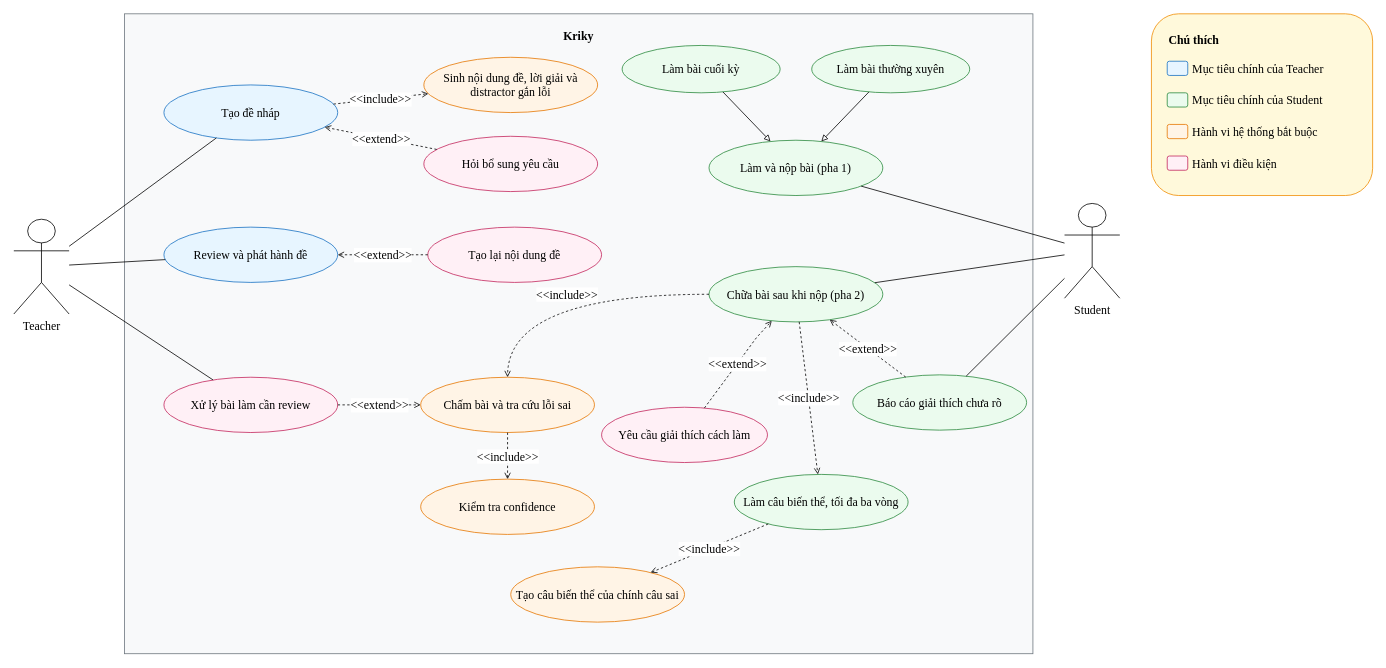
Before: docs/diagrams/use-case.drawio in biabeogo147/AI-Assessment-and-Feedback-Assistant, a draw.io diagram. Source tidied: cells renumbered, new cells numbered last; positions are measured from the earlier drawing's top-left corner, leaving out a move shared by most shapes. Both pictures are drawn from the tidied source at 79%, with x=0, y=0 at pixel (13, 13).
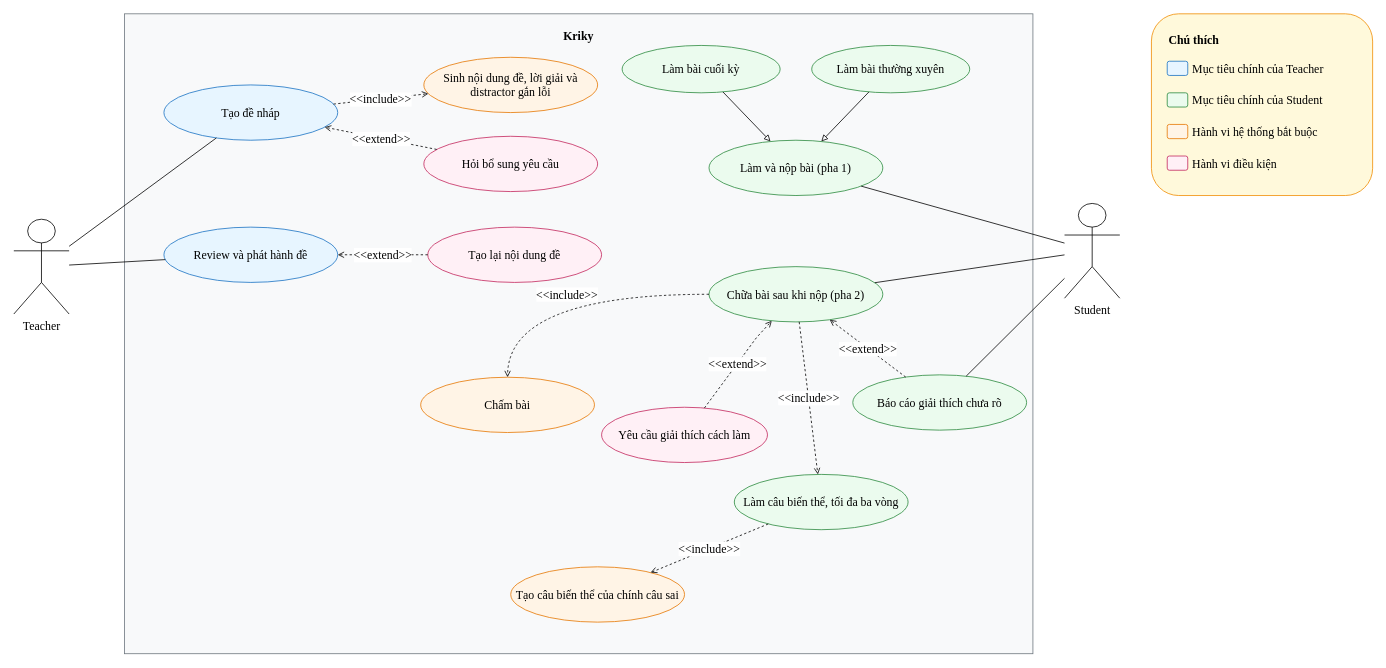
After the change.

Unchanged cells that the change refers to:
```xml
<mxCell id="3" value="Teacher" style="shape=umlActor;verticalLabelPosition=bottom;verticalAlign=top;html=1;outlineConnect=0;fontFamily=Times New Roman;fontSize=15;" parent="1" vertex="1">
  <mxGeometry y="260" width="70" height="120" as="geometry" />
</mxCell>
```

Change to the diagram source:
```diff
@@
-    <mxCell id="10" value="Xử lý bài làm cần review" style="ellipse;whiteSpace=wrap;html=1;fillColor=#fff0f6;strokeColor=#c2255c;fontFamily=Times New Roman;fontSize=15;" parent="1" vertex="1">
-      <mxGeometry x="190" y="460" width="220" height="70" as="geometry" />
-    </mxCell>
-    <mxCell id="11" value="Chấm bài và tra cứu lỗi sai" style="ellipse;whiteSpace=wrap;html=1;fillColor=#fff4e6;strokeColor=#e67700;fontFamily=Times New Roman;fontSize=15;" parent="1" vertex="1">
+    <mxCell id="11" value="Chấm bài" style="ellipse;whiteSpace=wrap;html=1;fillColor=#fff4e6;strokeColor=#e67700;fontFamily=Times New Roman;fontSize=15;" parent="1" vertex="1">
       <mxGeometry x="515" y="460" width="220" height="70" as="geometry" />
     </mxCell>
-    <mxCell id="12" value="Kiểm tra confidence" style="ellipse;whiteSpace=wrap;html=1;fillColor=#fff4e6;strokeColor=#e67700;fontFamily=Times New Roman;fontSize=15;" parent="1" vertex="1">
-      <mxGeometry x="515" y="589" width="220" height="70" as="geometry" />
-    </mxCell>
@@
-    <mxCell id="33" style="endArrow=none;html=1;rounded=0;fontFamily=Times New Roman;fontSize=15;" parent="1" edge="1" source="3" target="10">
-      <mxGeometry relative="1" as="geometry" />
-    </mxCell>
@@
-    <mxCell id="42" value="&amp;lt;&amp;lt;include&amp;gt;&amp;gt;" style="endArrow=open;html=1;dashed=1;rounded=0;fontFamily=Times New Roman;fontSize=15;" parent="1" edge="1" source="11" target="12">
-      <mxGeometry relative="1" as="geometry" />
-    </mxCell>
-    <mxCell id="43" value="&amp;lt;&amp;lt;extend&amp;gt;&amp;gt;" style="endArrow=open;html=1;dashed=1;rounded=0;fontFamily=Times New Roman;fontSize=15;" parent="1" edge="1" source="10" target="11">
-      <mxGeometry relative="1" as="geometry" />
-    </mxCell>
```
